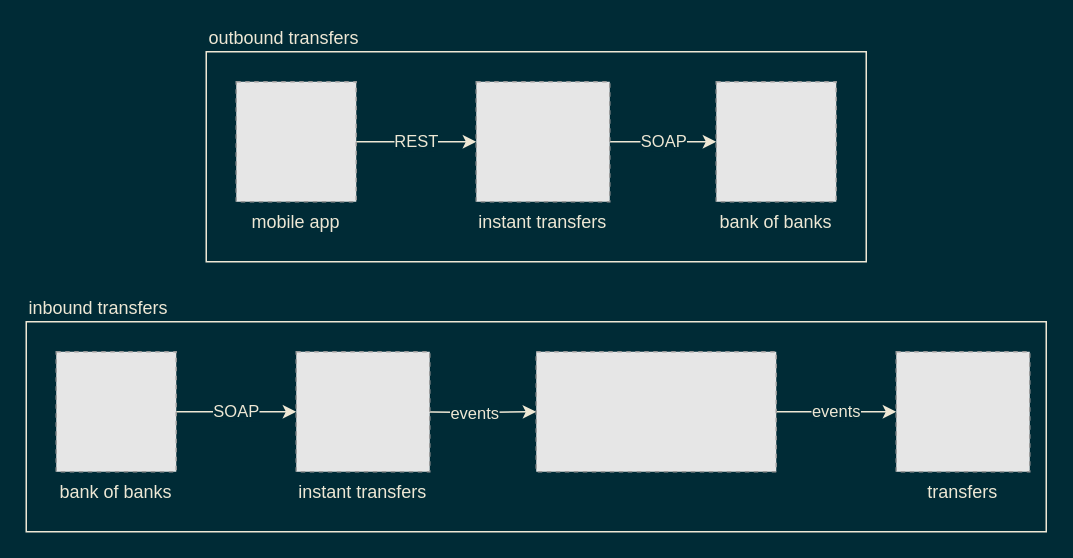
This is svg-drawio/instant/components.drawio from raulmiraoliver/shopify-tech_deep_dive, a draw.io file, before an edit. Source tidied: cells renumbered, new cells numbered last; positions are measured from the earlier drawing's top-left corner, leaving out a move shared by most shapes. Both pictures are drawn from the tidied source at 150%, with x=0, y=0 at pixel (26, 51). Pictures stored in the file or linked from it are replaced by grey dashed boxes.
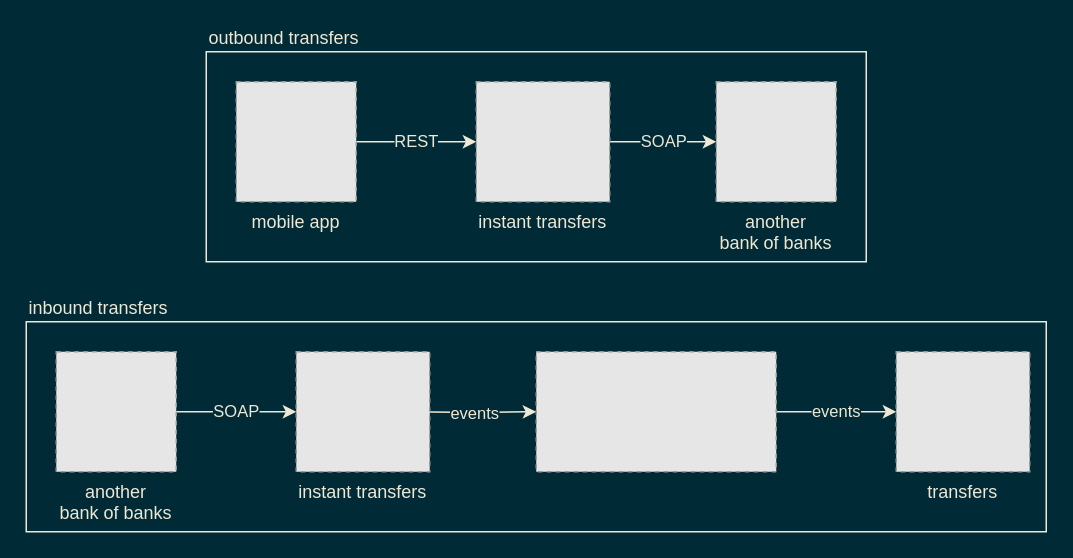
The same diagram, later.

Commit message (it also covers changes not shown here):
instant transfer bank of banks description

What changed in the source:
```diff
@@
 <mxGraphModel background="#002B36">
   <root>
     <mxCell id="0" />
     <mxCell id="1" parent="0" />
     <mxCell id="2" value="inbound transfers" style="rounded=0;whiteSpace=wrap;html=1;fontColor=#EEE8D5;fillColor=none;strokeColor=#EEE8D5;align=left;horizontal=1;labelPosition=center;verticalLabelPosition=top;verticalAlign=bottom;" parent="1" vertex="1">
       <mxGeometry y="180" width="680" height="140" as="geometry" />
     </mxCell>
     <mxCell id="3" value="outbound transfers" style="rounded=0;whiteSpace=wrap;html=1;fontColor=#EEE8D5;fillColor=none;strokeColor=#EEE8D5;align=left;horizontal=1;labelPosition=center;verticalLabelPosition=top;verticalAlign=bottom;" parent="1" vertex="1">
       <mxGeometry x="120" width="440" height="140" as="geometry" />
     </mxCell>
     <mxCell id="4" value="REST" style="rounded=0;jettySize=auto;html=1;fontColor=#EEE8D5;labelBackgroundColor=#002B36;labelBorderColor=none;strokeColor=#eee8d5;startArrow=none;startFill=0;exitX=1;exitY=0.5;exitDx=0;exitDy=0;entryX=0;entryY=0.5;entryDx=0;entryDy=0;" parent="1" edge="1" target="6">
       <mxGeometry relative="1" as="geometry">
         <mxPoint x="220" y="60" as="sourcePoint" />
       </mxGeometry>
     </mxCell>
     <mxCell id="5" value="SOAP" style="edgeStyle=orthogonalEdgeStyle;rounded=0;jettySize=auto;html=1;exitX=1;exitY=0.5;exitDx=0;exitDy=0;entryX=0;entryY=0.5;entryDx=0;entryDy=0;fontColor=#EEE8D5;strokeColor=#EEE8D5;labelBackgroundColor=#002B36;" parent="1" edge="1" source="6" target="7">
       <mxGeometry relative="1" as="geometry" />
     </mxCell>
     <mxCell id="6" value="instant transfers" style="fillColor=#E6E6E6;strokeColor=#999999;dashed=1;verticalLabelPosition=bottom;verticalAlign=top;fontColor=#EEE8D5;" parent="1" vertex="1">
       <mxGeometry x="300" y="20" width="89" height="80" as="geometry" />
     </mxCell>
-    <mxCell id="7" value="bank of banks" style="fillColor=#E6E6E6;strokeColor=#999999;dashed=1;verticalLabelPosition=bottom;verticalAlign=top;fontColor=#EEE8D5;" parent="1" vertex="1">
+    <mxCell id="7" value="another&#10;bank of banks" style="fillColor=#E6E6E6;strokeColor=#999999;dashed=1;verticalLabelPosition=bottom;verticalAlign=top;fontColor=#EEE8D5;" parent="1" vertex="1">
       <mxGeometry x="460" y="20" width="80" height="80" as="geometry" />
     </mxCell>
     <mxCell id="8" value="SOAP" style="edgeStyle=orthogonalEdgeStyle;rounded=0;jettySize=auto;html=1;exitX=1;exitY=0.5;exitDx=0;exitDy=0;entryX=0;entryY=0.5;entryDx=0;entryDy=0;labelBackgroundColor=#002B36;strokeColor=#EEE8D5;fontColor=#EEE8D5;" parent="1" edge="1" source="9">
       <mxGeometry relative="1" as="geometry">
         <mxPoint x="180" y="240" as="targetPoint" />
       </mxGeometry>
     </mxCell>
-    <mxCell id="9" value="bank of banks" style="fillColor=#E6E6E6;strokeColor=#999999;dashed=1;verticalLabelPosition=bottom;verticalAlign=top;fontColor=#EEE8D5;" parent="1" vertex="1">
+    <mxCell id="9" value="another&#10;bank of banks" style="fillColor=#E6E6E6;strokeColor=#999999;dashed=1;verticalLabelPosition=bottom;verticalAlign=top;fontColor=#EEE8D5;" parent="1" vertex="1">
       <mxGeometry x="20" y="200" width="80" height="80" as="geometry" />
     </mxCell>
     <mxCell id="10" value="events" style="edgeStyle=orthogonalEdgeStyle;rounded=0;jettySize=auto;html=1;exitX=1;exitY=0.5;exitDx=0;exitDy=0;entryX=0;entryY=0.5;entryDx=0;entryDy=0;labelBackgroundColor=#002B36;strokeColor=#EEE8D5;fontColor=#EEE8D5;" parent="1" edge="1" target="12">
       <mxGeometry relative="1" as="geometry">
         <mxPoint x="257" y="240" as="sourcePoint" />
       </mxGeometry>
     </mxCell>
     <mxCell id="11" value="events" style="edgeStyle=orthogonalEdgeStyle;rounded=0;jettySize=auto;html=1;exitX=1;exitY=0.5;exitDx=0;exitDy=0;entryX=0;entryY=0.5;entryDx=0;entryDy=0;labelBackgroundColor=#002B36;strokeColor=#EEE8D5;fontColor=#EEE8D5;" parent="1" edge="1" source="12" target="13">
       <mxGeometry relative="1" as="geometry" />
     </mxCell>
     <mxCell id="12" style="fillColor=#E6E6E6;strokeColor=#999999;dashed=1;verticalLabelPosition=bottom;verticalAlign=top;fontColor=#eee8d5;" parent="1" vertex="1">
       <mxGeometry x="340" y="200" width="160" height="80" as="geometry" />
     </mxCell>
     <mxCell id="13" value="transfers" style="fillColor=#E6E6E6;strokeColor=#999999;dashed=1;verticalLabelPosition=bottom;verticalAlign=top;fontColor=#eee8d5;" parent="1" vertex="1">
       <mxGeometry x="580" y="200" width="89" height="80" as="geometry" />
     </mxCell>
     <mxCell id="14" value="mobile app" style="fillColor=#E6E6E6;strokeColor=#999999;dashed=1;verticalLabelPosition=bottom;verticalAlign=top;fontColor=#eee8d5;" parent="1" vertex="1">
       <mxGeometry x="140" y="20" width="80" height="80" as="geometry" />
     </mxCell>
     <mxCell id="15" value="instant transfers" style="fillColor=#E6E6E6;strokeColor=#999999;dashed=1;verticalLabelPosition=bottom;verticalAlign=top;fontColor=#EEE8D5;" parent="1" vertex="1">
       <mxGeometry x="180" y="200" width="89" height="80" as="geometry" />
     </mxCell>
   </root>
 </mxGraphModel>
```
